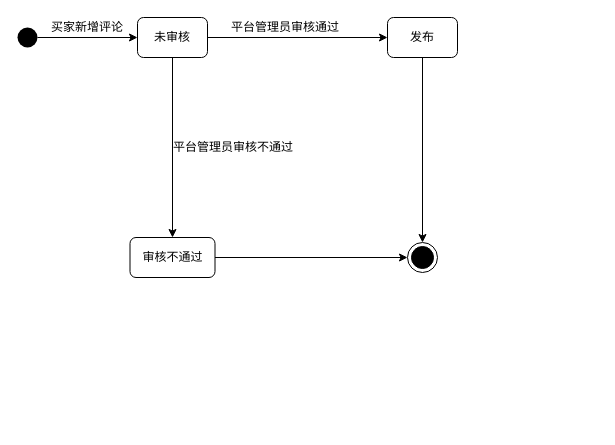
app1echip/grams keeps this draw.io diagram as OOAD小组作业/评论.drawio. Above is the earlier version. Source tidied: cells renumbered, new cells numbered last; positions are measured from the earlier drawing's top-left corner, leaving out a move shared by most shapes. Both pictures are drawn from the tidied source at 100%, with x=0, y=0 at pixel (17, 17).
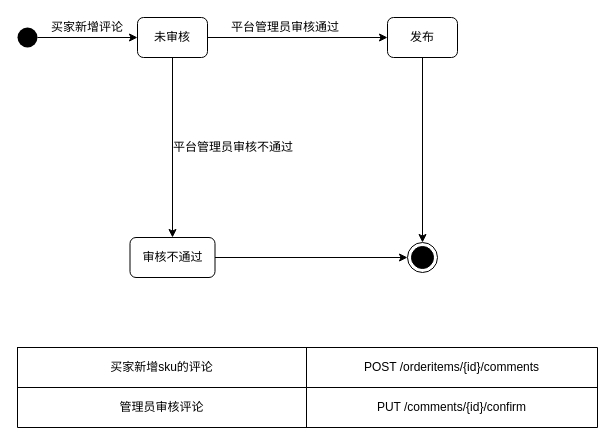
After the change.

The edit, as a diff of the source:
```diff
@@
+    <mxCell id="15" style="shape=table;html=1;whiteSpace=wrap;startSize=0;childLayout=tableLayout;" parent="1" vertex="1">
+      <mxGeometry y="330" width="580" height="80" as="geometry" />
+    </mxCell>
+    <mxCell id="16" style="shape=partialRectangle;html=1;whiteSpace=wrap;fillColor=none;top=0;left=0;bottom=0;right=0;" parent="15" vertex="1">
+      <mxGeometry width="580" height="40" as="geometry" />
+    </mxCell>
+    <mxCell id="17" value="买家新增sku的评论" style="shape=partialRectangle;html=1;whiteSpace=wrap;overflow=hidden;fillColor=none;top=0;left=0;bottom=0;right=0;align=center;" parent="16" vertex="1">
+      <mxGeometry width="289" height="40" as="geometry" />
+    </mxCell>
+    <mxCell id="18" value="POST /orderitems/{id}/comments" style="shape=partialRectangle;html=1;whiteSpace=wrap;overflow=hidden;fillColor=none;top=0;left=0;bottom=0;right=0;align=center;" parent="16" vertex="1">
+      <mxGeometry x="289" width="291" height="40" as="geometry" />
+    </mxCell>
+    <mxCell id="19" style="shape=partialRectangle;html=1;whiteSpace=wrap;fillColor=none;top=0;left=0;bottom=0;right=0;" parent="15" vertex="1">
+      <mxGeometry y="40" width="580" height="40" as="geometry" />
+    </mxCell>
+    <mxCell id="20" value="管理员审核评论" style="shape=partialRectangle;html=1;whiteSpace=wrap;overflow=hidden;fillColor=none;top=0;left=0;bottom=0;right=0;align=center;" parent="19" vertex="1">
+      <mxGeometry width="289" height="40" as="geometry" />
+    </mxCell>
+    <mxCell id="21" value="PUT /comments/{id}/confirm" style="shape=partialRectangle;html=1;whiteSpace=wrap;overflow=hidden;fillColor=none;top=0;left=0;bottom=0;right=0;align=center;" parent="19" vertex="1">
+      <mxGeometry x="289" width="291" height="40" as="geometry" />
+    </mxCell>
```
